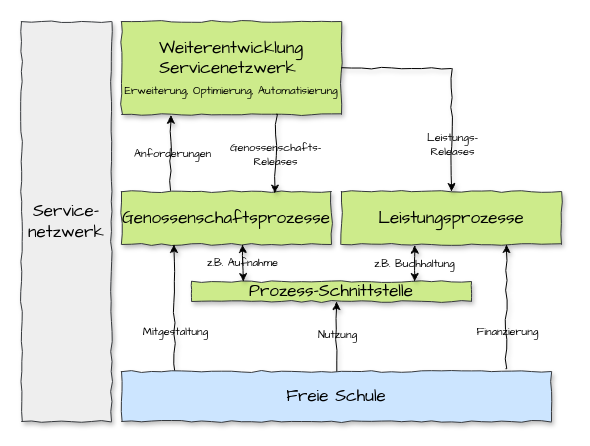
Earlier version of the draw.io diagram page "Übersicht" (1 of 3) of src/it/assets/staging.drawio (FreieBildung/Organisationsentwicklung). Source tidied: cells renumbered, new cells numbered last; positions are measured from the earlier drawing's top-left corner, leaving out a move shared by most shapes. Both pictures are drawn from the tidied source at 100%, with x=0, y=0 at pixel (21, 21).
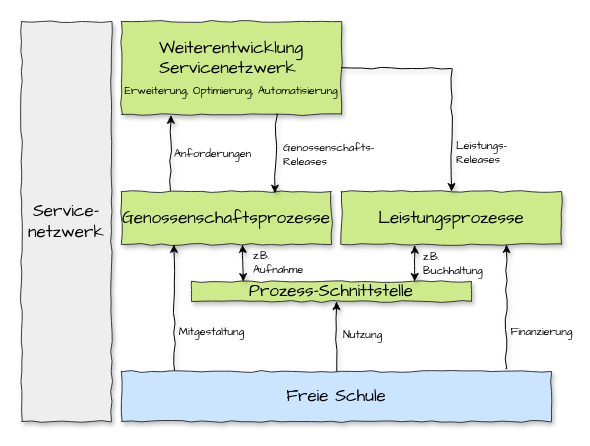
The same diagram, later.

Unchanged cells that the change refers to:
```xml
<mxCell id="6" style="endArrow=classic;html=1;rounded=0;shadow=1;sketch=1;curveFitting=1;jiggle=2;sketchStyle=comic;exitX=0.233;exitY=-0.018;exitDx=0;exitDy=0;entryX=0.225;entryY=1.008;entryDx=0;entryDy=0;entryPerimeter=0;exitPerimeter=0;" parent="1" edge="1" source="8" target="4">
  <mxGeometry relative="1" as="geometry" />
</mxCell>
<mxCell id="9" style="endArrow=classic;html=1;rounded=0;shadow=1;sketch=1;curveFitting=1;jiggle=2;sketchStyle=comic;exitX=1;exitY=0.5;exitDx=0;exitDy=0;entryX=0.5;entryY=0;entryDx=0;entryDy=0;" parent="1" edge="1" source="4" target="3">
  <mxGeometry relative="1" as="geometry">
    <Array as="points">
      <mxPoint x="430" y="47" />
    </Array>
  </mxGeometry>
</mxCell>
<mxCell id="11" style="endArrow=classic;html=1;rounded=0;shadow=1;sketch=1;curveFitting=1;jiggle=2;sketchStyle=comic;exitX=0.705;exitY=0.997;exitDx=0;exitDy=0;entryX=0.73;entryY=0.031;entryDx=0;entryDy=0;entryPerimeter=0;exitPerimeter=0;" parent="1" edge="1" source="4" target="8">
  <mxGeometry relative="1" as="geometry" />
</mxCell>
<mxCell id="13" style="endArrow=classic;html=1;rounded=0;shadow=1;sketch=1;curveFitting=1;jiggle=2;sketchStyle=comic;exitX=0.123;exitY=0.054;exitDx=0;exitDy=0;entryX=0.25;entryY=1;entryDx=0;entryDy=0;exitPerimeter=0;" parent="1" edge="1" source="19" target="8">
  <mxGeometry relative="1" as="geometry" />
</mxCell>
<mxCell id="15" style="endArrow=classic;html=1;rounded=0;shadow=1;sketch=1;curveFitting=1;jiggle=2;sketchStyle=comic;exitX=0.5;exitY=0;exitDx=0;exitDy=0;entryX=0.518;entryY=1.003;entryDx=0;entryDy=0;entryPerimeter=0;" parent="1" edge="1" source="19" target="5">
  <mxGeometry relative="1" as="geometry" />
</mxCell>
<mxCell id="17" style="endArrow=classic;html=1;rounded=0;shadow=1;sketch=1;curveFitting=1;jiggle=2;sketchStyle=comic;exitX=0.894;exitY=-0.056;exitDx=0;exitDy=0;entryX=0.75;entryY=1;entryDx=0;entryDy=0;exitPerimeter=0;" parent="1" edge="1" source="19" target="3">
  <mxGeometry relative="1" as="geometry" />
</mxCell>
<mxCell id="20" style="endArrow=classic;html=1;rounded=0;shadow=1;sketch=1;curveFitting=1;jiggle=2;sketchStyle=comic;exitX=0.185;exitY=0.002;exitDx=0;exitDy=0;entryX=0.25;entryY=1;entryDx=0;entryDy=0;exitPerimeter=0;startArrow=classic;startFill=1;" parent="1" edge="1" source="5">
  <mxGeometry relative="1" as="geometry">
    <mxPoint x="221" y="223" as="targetPoint" />
  </mxGeometry>
</mxCell>
<mxCell id="22" style="endArrow=classic;html=1;rounded=0;shadow=1;sketch=1;curveFitting=1;jiggle=2;sketchStyle=comic;exitX=0.797;exitY=0;exitDx=0;exitDy=0;entryX=0.333;entryY=1.014;entryDx=0;entryDy=0;exitPerimeter=0;startArrow=classic;startFill=1;entryPerimeter=0;" parent="1" edge="1" source="5" target="3">
  <mxGeometry relative="1" as="geometry" />
</mxCell>
```

What changed in the source:
```diff
@@
     <mxCell id="7" value="Anforderungen" style="edgeLabel;html=1;align=center;verticalAlign=middle;fontFamily=Comic Sans MS;labelBackgroundColor=none;" parent="6" vertex="1">
-      <mxGeometry x="0.01" y="-1" relative="1" as="geometry" />
+      <mxGeometry x="0.01" y="-1" relative="1" as="geometry">
+        <mxPoint x="40" as="offset" />
+      </mxGeometry>
     </mxCell>
@@
-    <mxCell id="10" value="Leistungs-&lt;br&gt;Releases" style="edgeLabel;html=1;align=center;verticalAlign=middle;fontFamily=Comic Sans MS;labelBackgroundColor=none;" parent="9" vertex="1">
+    <mxCell id="10" value="Leistungs-&lt;br&gt;Releases" style="edgeLabel;html=1;align=left;verticalAlign=middle;fontFamily=Comic Sans MS;labelBackgroundColor=none;" parent="9" vertex="1">
       <mxGeometry x="0.01" y="-1" relative="1" as="geometry">
-        <mxPoint x="1" y="68" as="offset" />
+        <mxPoint x="4" y="76" as="offset" />
       </mxGeometry>
     </mxCell>
@@
-    <mxCell id="12" value="Genossenschafts-&lt;br&gt;Releases" style="edgeLabel;html=1;align=center;verticalAlign=middle;fontFamily=Comic Sans MS;labelBackgroundColor=none;" parent="11" vertex="1">
-      <mxGeometry x="0.01" y="-1" relative="1" as="geometry" />
+    <mxCell id="12" value="Genossenschafts-&lt;br&gt;Releases" style="edgeLabel;html=1;align=left;verticalAlign=middle;fontFamily=Comic Sans MS;labelBackgroundColor=none;" parent="11" vertex="1">
+      <mxGeometry x="0.01" y="-1" relative="1" as="geometry">
+        <mxPoint x="7" as="offset" />
+      </mxGeometry>
     </mxCell>
@@
     <mxCell id="14" value="Mitgestaltung" style="edgeLabel;html=1;align=center;verticalAlign=middle;fontFamily=Comic Sans MS;labelBackgroundColor=none;" parent="13" vertex="1">
       <mxGeometry x="0.01" y="-1" relative="1" as="geometry">
-        <mxPoint y="22" as="offset" />
+        <mxPoint x="36" y="22" as="offset" />
       </mxGeometry>
     </mxCell>
@@
     <mxCell id="16" value="Nutzung" style="edgeLabel;html=1;align=center;verticalAlign=middle;fontFamily=Comic Sans MS;labelBackgroundColor=none;" parent="15" vertex="1">
       <mxGeometry x="0.01" y="-1" relative="1" as="geometry">
-        <mxPoint x="-1" y="-3" as="offset" />
+        <mxPoint x="24" y="-3" as="offset" />
       </mxGeometry>
     </mxCell>
@@
     <mxCell id="18" value="Finanzierung" style="edgeLabel;html=1;align=center;verticalAlign=middle;fontFamily=Comic Sans MS;labelBackgroundColor=none;" parent="17" vertex="1">
       <mxGeometry x="0.01" y="-1" relative="1" as="geometry">
-        <mxPoint y="25" as="offset" />
+        <mxPoint x="34" y="25" as="offset" />
       </mxGeometry>
     </mxCell>
@@
-    <mxCell id="21" value="z.B. Aufnahme" style="edgeLabel;html=1;align=center;verticalAlign=middle;fontFamily=Comic Sans MS;labelBackgroundColor=none;" parent="20" vertex="1">
+    <mxCell id="21" value="z.B.&lt;br&gt;Aufnahme" style="edgeLabel;html=1;align=left;verticalAlign=middle;fontFamily=Comic Sans MS;labelBackgroundColor=none;" parent="20" vertex="1">
       <mxGeometry x="0.01" y="-1" relative="1" as="geometry">
-        <mxPoint x="-2" y="-1" as="offset" />
+        <mxPoint x="8" y="-1" as="offset" />
       </mxGeometry>
     </mxCell>
@@
-    <mxCell id="23" value="z.B. Buchhaltung" style="edgeLabel;html=1;align=center;verticalAlign=middle;fontFamily=Comic Sans MS;labelBackgroundColor=none;" parent="22" vertex="1">
+    <mxCell id="23" value="z.B. &lt;br&gt;Buchhaltung" style="edgeLabel;html=1;align=left;verticalAlign=middle;fontFamily=Comic Sans MS;labelBackgroundColor=none;" parent="22" vertex="1">
       <mxGeometry x="0.01" y="-1" relative="1" as="geometry">
-        <mxPoint x="-2" y="-1" as="offset" />
+        <mxPoint x="6" y="-1" as="offset" />
       </mxGeometry>
     </mxCell>
```
